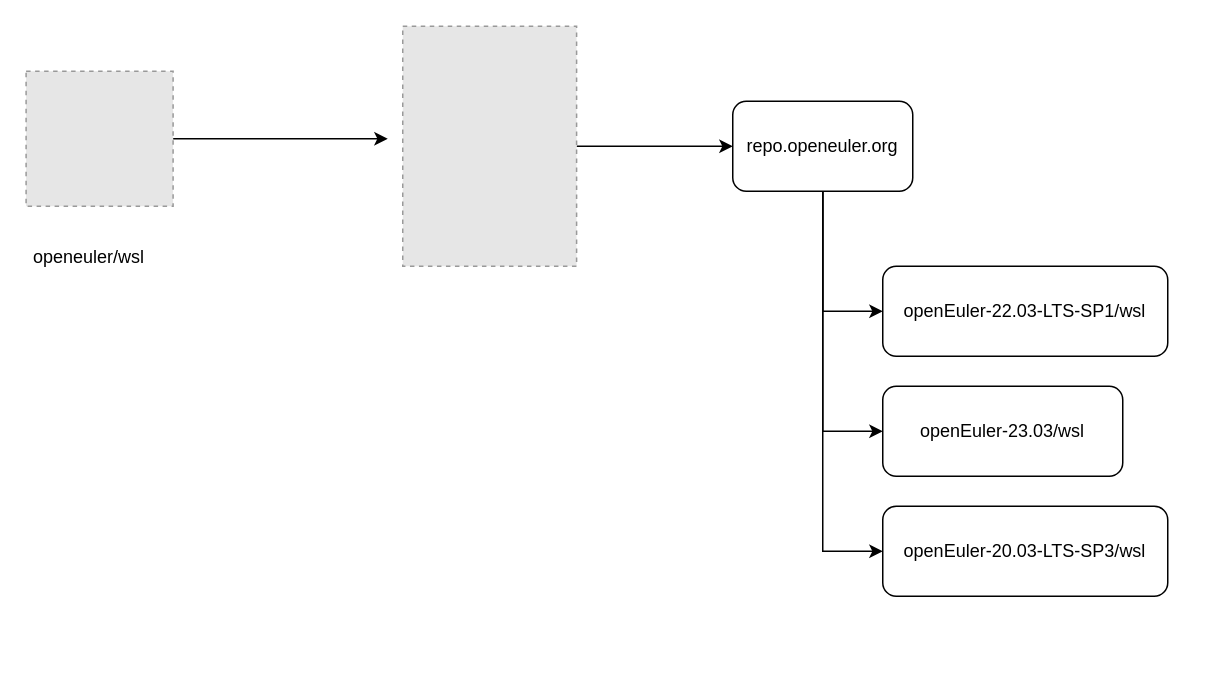
This is wsl sideload.drawio from pkking/mydrawio, a draw.io file, before an edit. Source tidied: cells renumbered, new cells numbered last; positions are measured from the earlier drawing's top-left corner, leaving out a move shared by most shapes. Both pictures are drawn from the tidied source at 150%, with x=0, y=0 at pixel (26, 26). Pictures stored in the file or linked from it are replaced by grey dashed boxes.
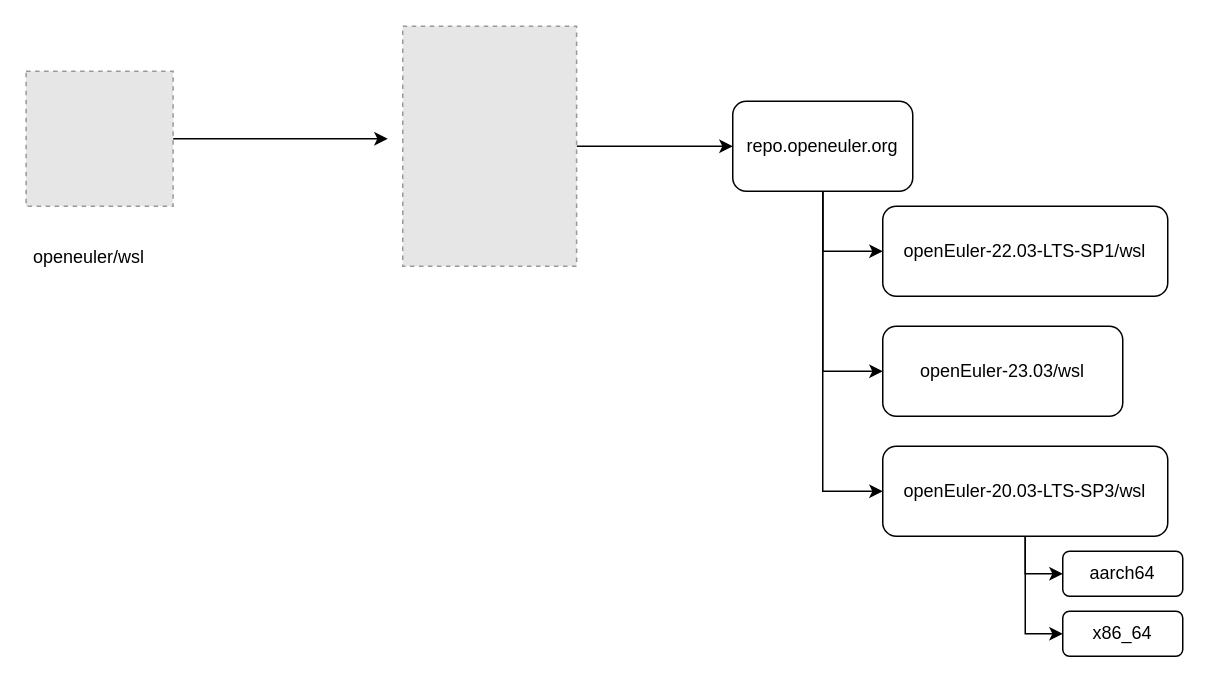
Above is the later version.

Diff of the diagram source:
```diff
@@
 <mxGraphModel>
   <root>
     <mxCell id="0" />
     <mxCell id="1" parent="0" />
     <mxCell id="2" style="edgeStyle=orthogonalEdgeStyle;rounded=0;jettySize=auto;html=1;entryX=0;entryY=0.5;entryDx=0;entryDy=0;" parent="1" edge="1" source="3" target="10">
       <mxGeometry relative="1" as="geometry" />
     </mxCell>
     <mxCell id="3" style="fillColor=#E6E6E6;strokeColor=#999999;dashed=1;verticalLabelPosition=bottom;labelBackgroundColor=default;verticalAlign=top;" parent="1" vertex="1">
       <mxGeometry x="251" width="115.9" height="160" as="geometry" />
     </mxCell>
     <mxCell id="4" style="edgeStyle=orthogonalEdgeStyle;rounded=0;jettySize=auto;html=1;" parent="1" edge="1" source="5">
       <mxGeometry relative="1" as="geometry">
         <mxPoint x="241" y="75" as="targetPoint" />
       </mxGeometry>
     </mxCell>
     <mxCell id="5" style="fillColor=#E6E6E6;strokeColor=#999999;dashed=1;verticalLabelPosition=bottom;labelBackgroundColor=default;verticalAlign=top;" parent="1" vertex="1">
       <mxGeometry x="-0.1" y="30" width="98" height="90" as="geometry" />
     </mxCell>
     <mxCell id="6" value="openeuler/wsl" style="text;whiteSpace=wrap;html=1;" parent="1" vertex="1">
       <mxGeometry x="2.9" y="140" width="92" height="40" as="geometry" />
     </mxCell>
     <mxCell id="7" style="edgeStyle=orthogonalEdgeStyle;rounded=0;jettySize=auto;html=1;entryX=0;entryY=0.5;entryDx=0;entryDy=0;" parent="1" edge="1" source="10" target="11">
       <mxGeometry relative="1" as="geometry" />
     </mxCell>
     <mxCell id="8" style="edgeStyle=orthogonalEdgeStyle;rounded=0;jettySize=auto;html=1;entryX=0;entryY=0.5;entryDx=0;entryDy=0;" parent="1" edge="1" source="10" target="12">
       <mxGeometry relative="1" as="geometry" />
     </mxCell>
     <mxCell id="9" style="edgeStyle=orthogonalEdgeStyle;rounded=0;jettySize=auto;html=1;entryX=0;entryY=0.5;entryDx=0;entryDy=0;" parent="1" edge="1" source="10" target="13">
       <mxGeometry relative="1" as="geometry" />
     </mxCell>
     <mxCell id="10" value="repo.openeuler.org" style="rounded=1;whiteSpace=wrap;html=1;" parent="1" vertex="1">
       <mxGeometry x="471" y="50" width="120" height="60" as="geometry" />
     </mxCell>
     <mxCell id="11" value="openEuler-22.03-LTS-SP1/wsl" style="whiteSpace=wrap;html=1;rounded=1;" parent="1" vertex="1">
-      <mxGeometry x="571" y="160" width="190" height="60" as="geometry" />
+      <mxGeometry x="571" y="120" width="190" height="60" as="geometry" />
     </mxCell>
     <mxCell id="12" value="openEuler-23.03/wsl" style="whiteSpace=wrap;html=1;rounded=1;" parent="1" vertex="1">
-      <mxGeometry x="571" y="240" width="160" height="60" as="geometry" />
+      <mxGeometry x="571" y="200" width="160" height="60" as="geometry" />
     </mxCell>
+    <mxCell id="14" style="edgeStyle=orthogonalEdgeStyle;rounded=0;jettySize=auto;html=1;entryX=0;entryY=0.5;entryDx=0;entryDy=0;" parent="1" edge="1" source="13" target="16">
+      <mxGeometry relative="1" as="geometry" />
+    </mxCell>
+    <mxCell id="15" style="edgeStyle=orthogonalEdgeStyle;rounded=0;jettySize=auto;html=1;entryX=0;entryY=0.5;entryDx=0;entryDy=0;" parent="1" edge="1" source="13" target="17">
+      <mxGeometry relative="1" as="geometry" />
+    </mxCell>
     <mxCell id="13" value="openEuler-20.03-LTS-SP3/wsl" style="whiteSpace=wrap;html=1;rounded=1;" parent="1" vertex="1">
-      <mxGeometry x="571" y="320" width="190" height="60" as="geometry" />
+      <mxGeometry x="571" y="280" width="190" height="60" as="geometry" />
     </mxCell>
+    <mxCell id="16" value="aarch64" style="whiteSpace=wrap;html=1;rounded=1;" parent="1" vertex="1">
+      <mxGeometry x="691" y="350" width="80" height="30" as="geometry" />
+    </mxCell>
+    <mxCell id="17" value="x86_64" style="whiteSpace=wrap;html=1;rounded=1;" parent="1" vertex="1">
+      <mxGeometry x="691" y="390" width="80" height="30" as="geometry" />
+    </mxCell>
   </root>
 </mxGraphModel>
```
